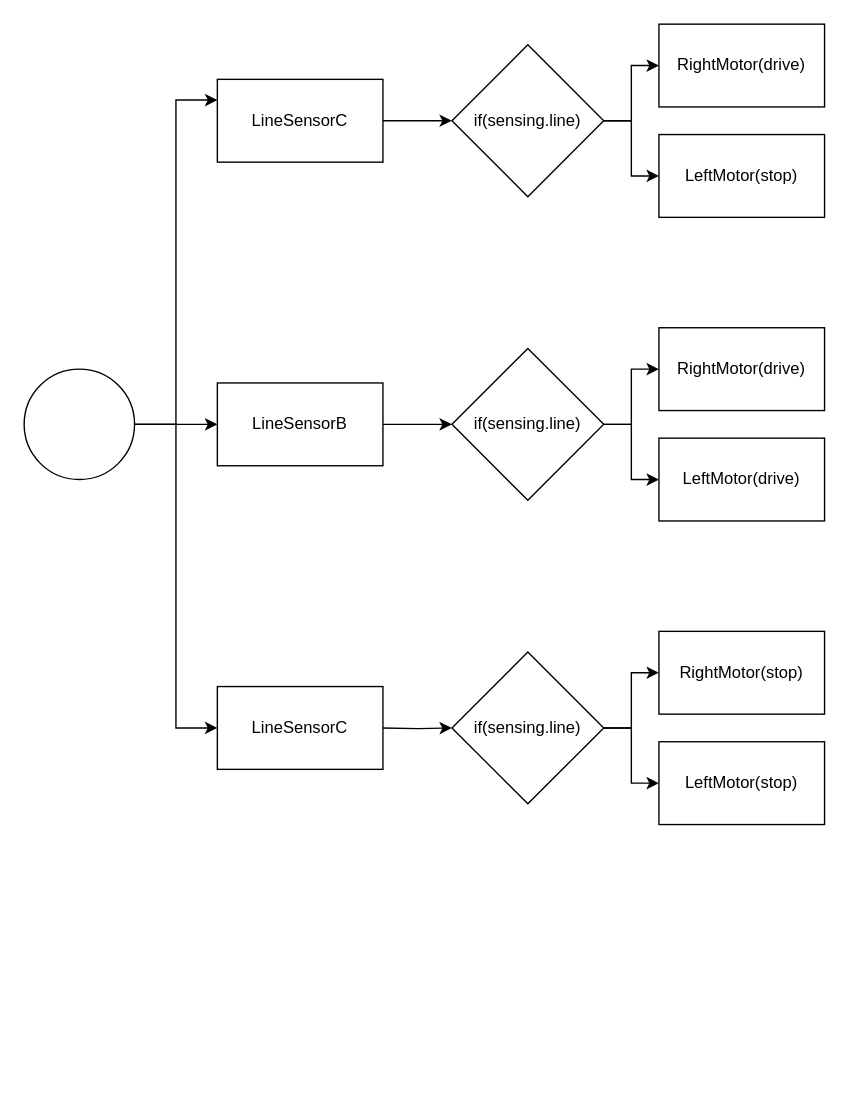
Before: Verkefni 4/Untitled Diagram.drawio in BirgirBragi/ROB2A_V23, a draw.io diagram. Source tidied: cells renumbered, new cells numbered last; positions are measured from the earlier drawing's top-left corner, leaving out a move shared by most shapes. Both pictures are drawn from the tidied source at 138%, with x=0, y=0 at pixel (23, 23).
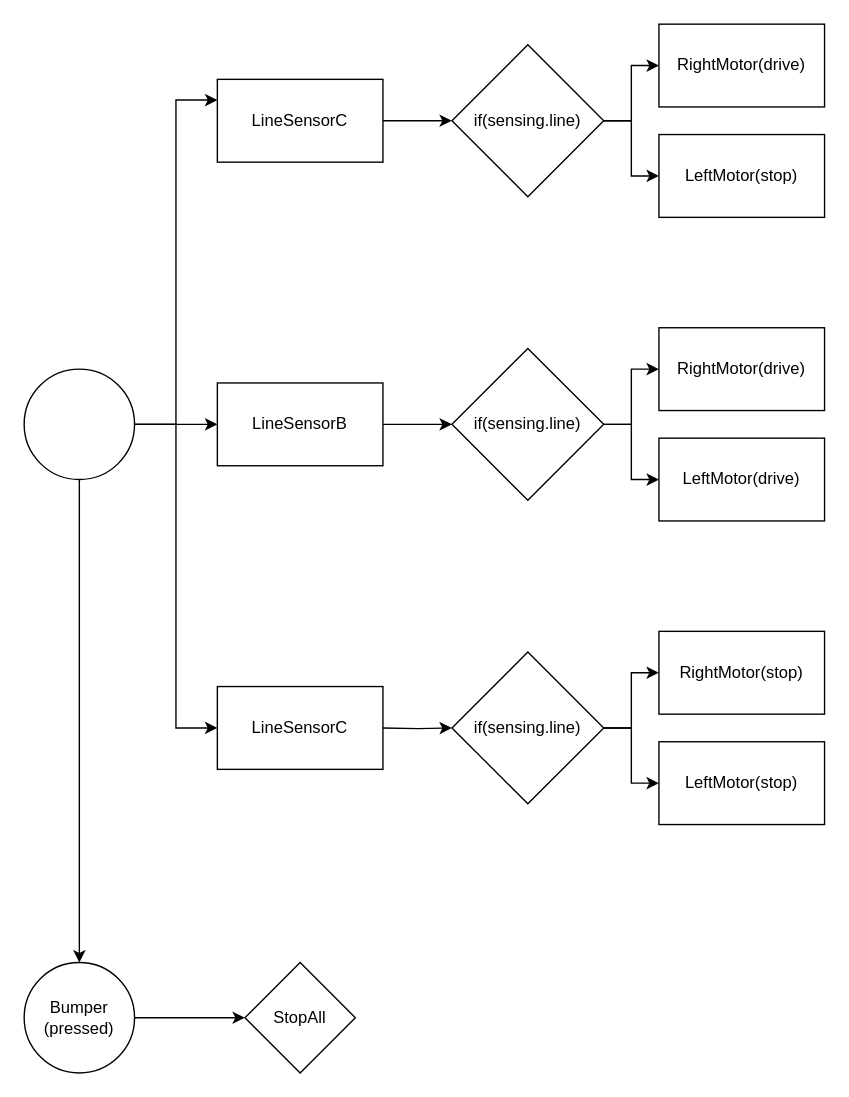
The same page after the edit.

The change refers to these unchanged cells:
```xml
<mxCell id="5" style="ellipse;whiteSpace=wrap;html=1;" parent="1" vertex="1">
  <mxGeometry y="250" width="80" height="80" as="geometry" />
</mxCell>
```

What changed in the source:
```diff
@@
+    <mxCell id="27" style="edgeStyle=orthogonalEdgeStyle;rounded=0;jettySize=auto;html=1;" parent="1" edge="1" source="5" target="29">
+      <mxGeometry relative="1" as="geometry" />
+    </mxCell>
@@
+    <mxCell id="28" style="edgeStyle=orthogonalEdgeStyle;rounded=0;jettySize=auto;html=1;" parent="1" edge="1" source="29" target="30">
+      <mxGeometry relative="1" as="geometry" />
+    </mxCell>
+    <mxCell id="29" value="Bumper&lt;br&gt;(pressed)" style="ellipse;whiteSpace=wrap;html=1;" parent="1" vertex="1">
+      <mxGeometry y="680" width="80" height="80" as="geometry" />
+    </mxCell>
+    <mxCell id="30" value="StopAll" style="rhombus;whiteSpace=wrap;html=1;" parent="1" vertex="1">
+      <mxGeometry x="160" y="680" width="80" height="80" as="geometry" />
+    </mxCell>
```
